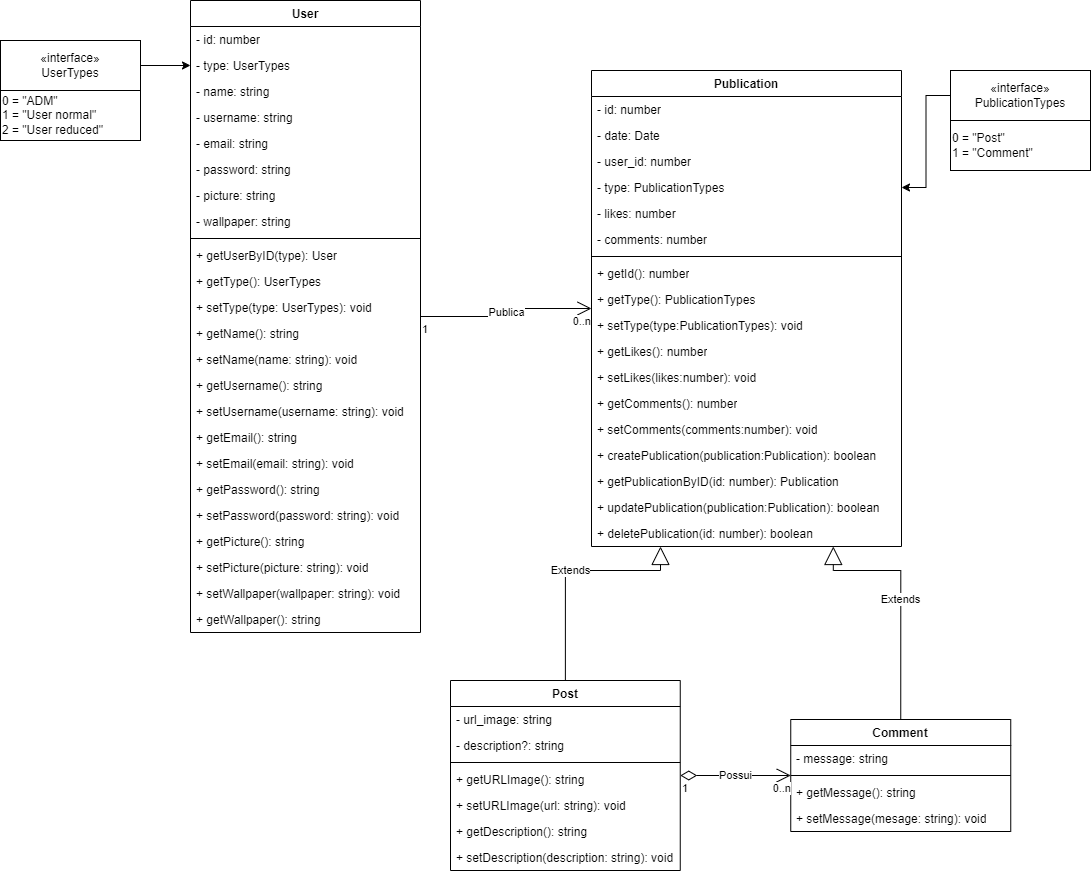
Above: docs/Diagrama de classes/Stimulus.png in CleitonJB/PW-Stimulus (draw.io), before the change. Source tidied: cells renumbered, new cells last; positions are measured from the earlier drawing's top-left corner, leaving out a move shared by most shapes.
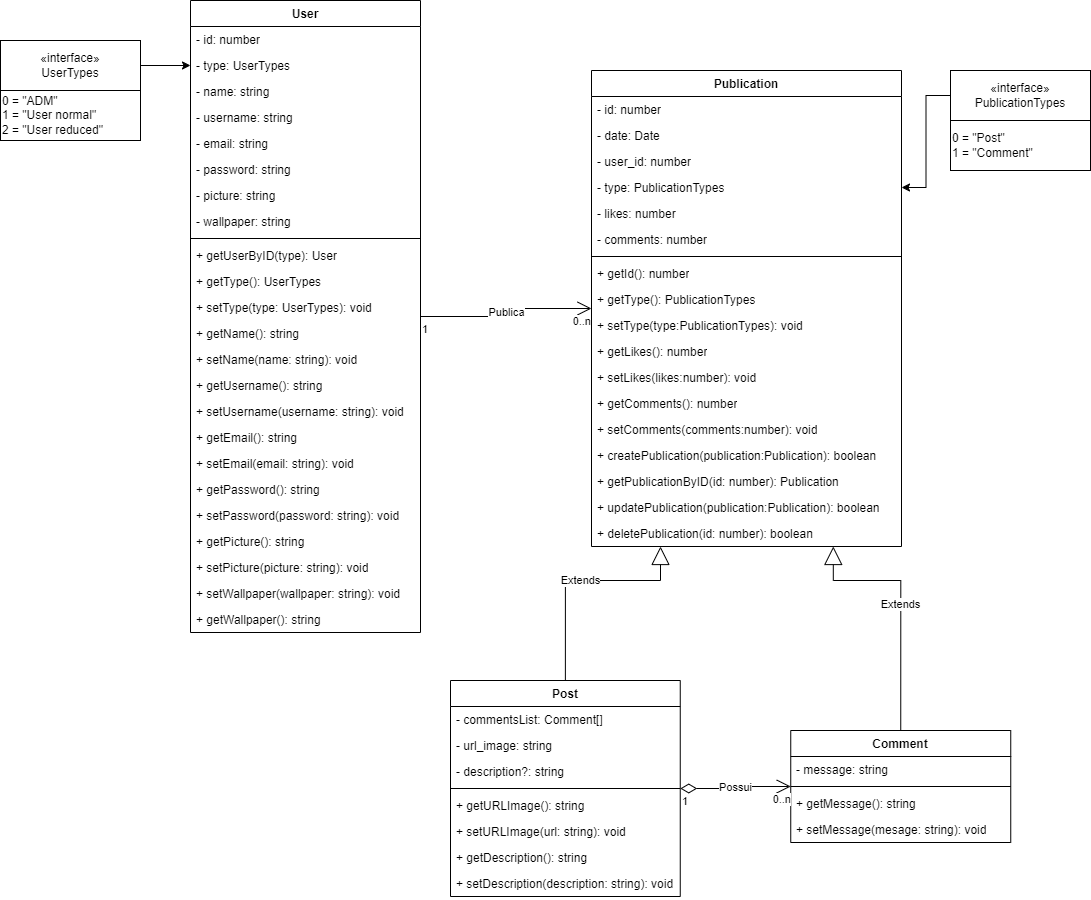
Above is the later version.

Commit message:
Update 'Diagrama de classes'

Change to the diagram source:
```diff
@@ -78,31 +78,34 @@
       <mxGeometry y="606" width="230" height="26" as="geometry" />
     </mxCell>
     <mxCell id="27" value="Post" style="swimlane;fontStyle=1;align=center;verticalAlign=top;horizontal=1;startSize=26;whiteSpace=wrap;html=1;" parent="1" vertex="1">
-      <mxGeometry x="450" y="680" width="229.8" height="190" as="geometry" />
+      <mxGeometry x="450" y="680" width="229.8" height="216" as="geometry" />
     </mxCell>
-    <mxCell id="28" value="- url_image: string" style="text;strokeColor=none;fillColor=none;align=left;verticalAlign=top;spacingLeft=4;spacingRight=4;overflow=hidden;whiteSpace=wrap;html=1;" parent="27" vertex="1">
+    <mxCell id="28" value="-&amp;nbsp;commentsList&lt;span style=&quot;background-color: initial;&quot;&gt;: Comment[]&lt;/span&gt;" style="text;strokeColor=none;fillColor=none;align=left;verticalAlign=top;spacingLeft=4;spacingRight=4;overflow=hidden;whiteSpace=wrap;html=1;" parent="27" vertex="1">
       <mxGeometry y="26" width="229.8" height="26" as="geometry" />
     </mxCell>
+    <mxCell id="75" value="- url_image: string" style="text;strokeColor=none;fillColor=none;align=left;verticalAlign=top;spacingLeft=4;spacingRight=4;overflow=hidden;whiteSpace=wrap;html=1;" parent="27" vertex="1">
+      <mxGeometry y="52" width="229.8" height="26" as="geometry" />
+    </mxCell>
     <mxCell id="29" value="- description?: string" style="text;strokeColor=none;fillColor=none;align=left;verticalAlign=top;spacingLeft=4;spacingRight=4;overflow=hidden;whiteSpace=wrap;html=1;" parent="27" vertex="1">
-      <mxGeometry y="52" width="229.8" height="26" as="geometry" />
+      <mxGeometry y="78" width="229.8" height="26" as="geometry" />
     </mxCell>
     <mxCell id="30" style="line;strokeWidth=1;fillColor=none;align=left;verticalAlign=middle;spacingTop=-1;spacingLeft=3;spacingRight=3;labelPosition=right;strokeColor=inherit;" parent="27" vertex="1">
-      <mxGeometry y="78" width="229.8" height="8" as="geometry" />
+      <mxGeometry y="104" width="229.8" height="8" as="geometry" />
     </mxCell>
     <mxCell id="31" value="+ getURLImage(): string" style="text;strokeColor=none;fillColor=none;align=left;verticalAlign=top;spacingLeft=4;spacingRight=4;overflow=hidden;whiteSpace=wrap;html=1;" parent="27" vertex="1">
-      <mxGeometry y="86" width="229.8" height="26" as="geometry" />
+      <mxGeometry y="112" width="229.8" height="26" as="geometry" />
     </mxCell>
     <mxCell id="32" value="+ setURLImage(url: string): void" style="text;strokeColor=none;fillColor=none;align=left;verticalAlign=top;spacingLeft=4;spacingRight=4;overflow=hidden;whiteSpace=wrap;html=1;" parent="27" vertex="1">
-      <mxGeometry y="112" width="229.8" height="26" as="geometry" />
+      <mxGeometry y="138" width="229.8" height="26" as="geometry" />
     </mxCell>
     <mxCell id="33" value="+ getDescription(): string" style="text;strokeColor=none;fillColor=none;align=left;verticalAlign=top;spacingLeft=4;spacingRight=4;overflow=hidden;whiteSpace=wrap;html=1;" parent="27" vertex="1">
-      <mxGeometry y="138" width="229.8" height="26" as="geometry" />
+      <mxGeometry y="164" width="229.8" height="26" as="geometry" />
     </mxCell>
     <mxCell id="34" value="+ setDescription(description: string): void" style="text;strokeColor=none;fillColor=none;align=left;verticalAlign=top;spacingLeft=4;spacingRight=4;overflow=hidden;whiteSpace=wrap;html=1;" parent="27" vertex="1">
-      <mxGeometry y="164" width="229.8" height="26" as="geometry" />
+      <mxGeometry y="190" width="229.8" height="26" as="geometry" />
     </mxCell>
     <mxCell id="35" value="Comment" style="swimlane;fontStyle=1;align=center;verticalAlign=top;horizontal=1;startSize=26;whiteSpace=wrap;html=1;" parent="1" vertex="1">
-      <mxGeometry x="790.2" y="719" width="220" height="112" as="geometry" />
+      <mxGeometry x="790.2" y="730" width="220" height="112" as="geometry" />
     </mxCell>
     <mxCell id="36" value="- message: string" style="text;strokeColor=none;fillColor=none;align=left;verticalAlign=top;spacingLeft=4;spacingRight=4;overflow=hidden;whiteSpace=wrap;html=1;" parent="35" vertex="1">
       <mxGeometry y="26" width="220" height="26" as="geometry" />
@@ -206,16 +209,16 @@
     <mxCell id="69" value="Extends" style="endArrow=block;endSize=16;endFill=0;html=1;rounded=0;exitX=0.5;exitY=0;exitDx=0;exitDy=0;edgeStyle=orthogonalEdgeStyle;" parent="1" edge="1" source="27" target="58">
       <mxGeometry relative="1" as="geometry">
         <Array as="points">
-          <mxPoint x="565" y="570" />
-          <mxPoint x="660" y="570" />
+          <mxPoint x="565" y="580" />
+          <mxPoint x="660" y="580" />
         </Array>
       </mxGeometry>
     </mxCell>
     <mxCell id="70" value="Extends" style="endArrow=block;endSize=16;endFill=0;html=1;rounded=0;exitX=0.5;exitY=0;exitDx=0;exitDy=0;edgeStyle=orthogonalEdgeStyle;entryX=0.78;entryY=1;entryDx=0;entryDy=0;entryPerimeter=0;" parent="1" edge="1" source="35" target="58">
       <mxGeometry relative="1" as="geometry">
         <Array as="points">
-          <mxPoint x="900" y="570" />
-          <mxPoint x="833" y="570" />
+          <mxPoint x="900" y="580" />
+          <mxPoint x="833" y="580" />
         </Array>
       </mxGeometry>
     </mxCell>
```
